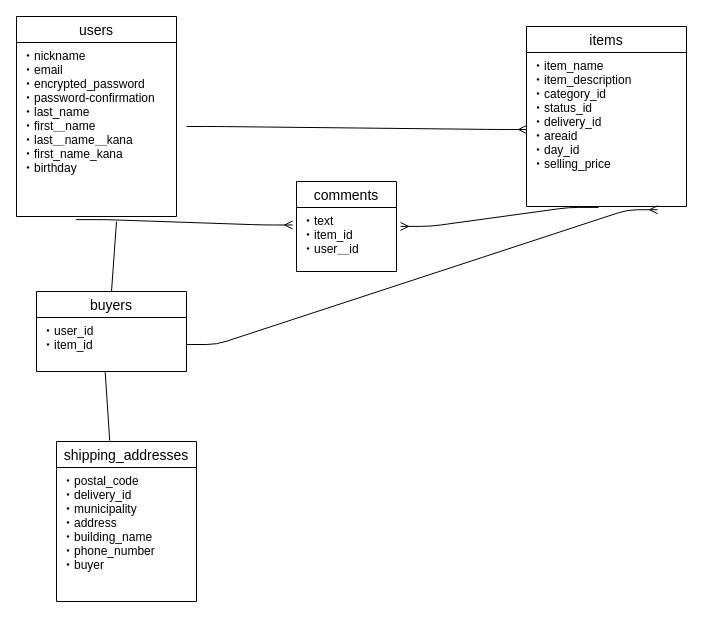
The draw.io diagram furima.dio in i-love-fgo/furima-34864, before the edit. Source tidied: cells renumbered, new cells numbered last; positions are measured from the earlier drawing's top-left corner, leaving out a move shared by most shapes. Both pictures are drawn from the tidied source at 100%, with x=0, y=0 at pixel (16, 16).
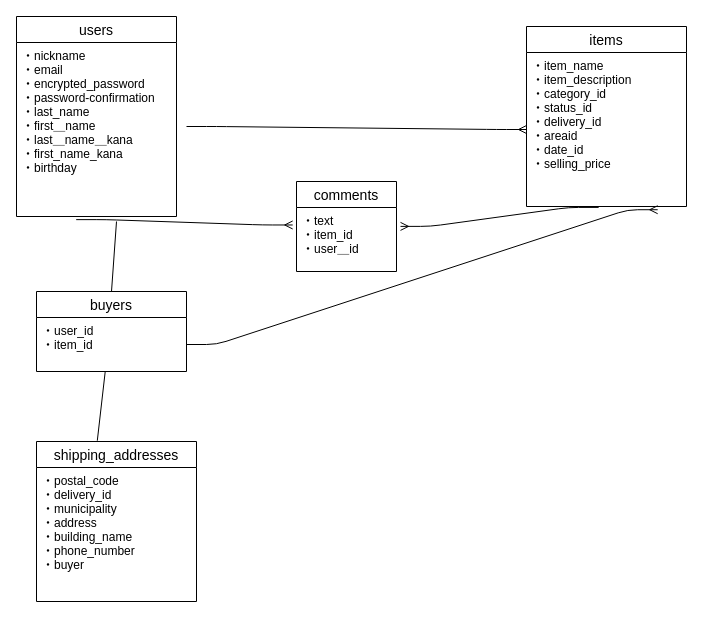
Above is the later version.

Commit message (it also covers changes not shown here):
(再2)データベース設計

What changed in the source:
```diff
@@
 <mxGraphModel>
   <root>
     <mxCell id="0" />
     <mxCell id="1" parent="0" />
     <mxCell id="2" value="users" style="swimlane;fontStyle=0;horizontal=1;startSize=26;align=center;fontSize=14;" parent="1" vertex="1">
       <mxGeometry width="160" height="200" as="geometry" />
     </mxCell>
     <mxCell id="3" value="・nickname&#10;・email&#10;・encrypted_password&#10;・password-confirmation&#10;・last_name&#10;・first＿name&#10;・last＿name＿kana&#10;・first_name_kana&#10;・birthday" style="text;strokeColor=none;fillColor=none;spacingLeft=4;spacingRight=4;overflow=hidden;points=[[0,0.5],[1,0.5]];portConstraint=eastwest;fontSize=12;" parent="2" vertex="1">
       <mxGeometry y="26" width="160" height="174" as="geometry" />
     </mxCell>
     <mxCell id="4" value="items" style="swimlane;fontStyle=0;horizontal=1;startSize=26;align=center;fontSize=14;" parent="1" vertex="1">
       <mxGeometry x="510" y="10" width="160" height="180" as="geometry" />
     </mxCell>
-    <mxCell id="5" value="・item_name&#10;・item_description&#10;・category_id&#10;・status_id&#10;・delivery_id&#10;・areaid&#10;・day_id&#10;・selling_price" style="text;strokeColor=none;fillColor=none;spacingLeft=4;spacingRight=4;overflow=hidden;points=[[0,0.5],[1,0.5]];portConstraint=eastwest;fontSize=12;" parent="4" vertex="1">
+    <mxCell id="5" value="・item_name&#10;・item_description&#10;・category_id&#10;・status_id&#10;・delivery_id&#10;・areaid&#10;・date_id&#10;・selling_price" style="text;strokeColor=none;fillColor=none;spacingLeft=4;spacingRight=4;overflow=hidden;points=[[0,0.5],[1,0.5]];portConstraint=eastwest;fontSize=12;" parent="4" vertex="1">
       <mxGeometry y="26" width="160" height="154" as="geometry" />
     </mxCell>
     <mxCell id="6" value="comments" style="swimlane;fontStyle=0;horizontal=1;startSize=26;align=center;fontSize=14;" parent="1" vertex="1">
       <mxGeometry x="280" y="165" width="100" height="90" as="geometry" />
     </mxCell>
     <mxCell id="7" value="・text&#10;・item_id&#10;・user＿id" style="text;strokeColor=none;fillColor=none;spacingLeft=4;spacingRight=4;overflow=hidden;points=[[0,0.5],[1,0.5]];portConstraint=eastwest;fontSize=12;" parent="6" vertex="1">
       <mxGeometry y="26" width="100" height="64" as="geometry" />
     </mxCell>
     <mxCell id="8" value="buyers" style="swimlane;fontStyle=0;horizontal=1;startSize=26;align=center;fontSize=14;" parent="1" vertex="1">
       <mxGeometry x="20" y="275" width="150" height="80" as="geometry" />
     </mxCell>
     <mxCell id="9" value="・user_id&#10;・item_id" style="text;strokeColor=none;fillColor=none;spacingLeft=4;spacingRight=4;overflow=hidden;points=[[0,0.5],[1,0.5]];portConstraint=eastwest;fontSize=12;" parent="8" vertex="1">
       <mxGeometry y="26" width="150" height="54" as="geometry" />
     </mxCell>
     <mxCell id="10" value="shipping_addresses" style="swimlane;fontStyle=0;horizontal=1;startSize=26;align=center;fontSize=14;" parent="1" vertex="1">
-      <mxGeometry x="40" y="425" width="140" height="160" as="geometry" />
+      <mxGeometry x="20" y="425" width="160" height="160" as="geometry" />
     </mxCell>
     <mxCell id="11" value="・postal_code&#10;・delivery_id&#10;・municipality&#10;・address&#10;・building_name&#10;・phone_number&#10;・buyer" style="text;strokeColor=none;fillColor=none;spacingLeft=4;spacingRight=4;overflow=hidden;fontSize=12;" parent="10" vertex="1">
-      <mxGeometry y="26" width="140" height="134" as="geometry" />
+      <mxGeometry y="26" width="160" height="134" as="geometry" />
     </mxCell>
     <mxCell id="12" style="edgeStyle=entityRelationEdgeStyle;fontSize=12;html=1;endArrow=ERmany;entryX=0;entryY=0.5;entryDx=0;entryDy=0;" parent="1" edge="1" target="5">
       <mxGeometry relative="1" as="geometry">
         <mxPoint x="170" y="110" as="sourcePoint" />
       </mxGeometry>
     </mxCell>
     <mxCell id="13" style="edgeStyle=entityRelationEdgeStyle;fontSize=12;html=1;endArrow=ERmany;entryX=-0.038;entryY=0.273;entryDx=0;entryDy=0;entryPerimeter=0;exitX=0.373;exitY=1.018;exitDx=0;exitDy=0;exitPerimeter=0;" parent="1" edge="1" source="3" target="7">
       <mxGeometry relative="1" as="geometry" />
     </mxCell>
     <mxCell id="14" style="edgeStyle=entityRelationEdgeStyle;fontSize=12;html=1;endArrow=ERmany;entryX=1.04;entryY=0.295;entryDx=0;entryDy=0;entryPerimeter=0;exitX=0.451;exitY=1.006;exitDx=0;exitDy=0;exitPerimeter=0;" parent="1" edge="1" source="5" target="7">
       <mxGeometry relative="1" as="geometry" />
     </mxCell>
     <mxCell id="15" style="endArrow=none;html=1;rounded=0;entryX=0.5;entryY=0;entryDx=0;entryDy=0;" parent="1" edge="1" target="8">
       <mxGeometry relative="1" as="geometry">
         <mxPoint x="100" y="205" as="sourcePoint" />
       </mxGeometry>
     </mxCell>
     <mxCell id="16" style="endArrow=none;html=1;rounded=0;entryX=0.38;entryY=-0.005;entryDx=0;entryDy=0;exitX=0.458;exitY=1.005;exitDx=0;exitDy=0;exitPerimeter=0;entryPerimeter=0;" parent="1" edge="1" source="9" target="10">
       <mxGeometry relative="1" as="geometry" />
     </mxCell>
     <mxCell id="17" style="edgeStyle=entityRelationEdgeStyle;fontSize=12;html=1;endArrow=ERmany;entryX=0.82;entryY=1.021;entryDx=0;entryDy=0;entryPerimeter=0;exitX=1;exitY=0.5;exitDx=0;exitDy=0;" parent="1" edge="1" source="9" target="5">
       <mxGeometry relative="1" as="geometry" />
     </mxCell>
   </root>
 </mxGraphModel>
```
